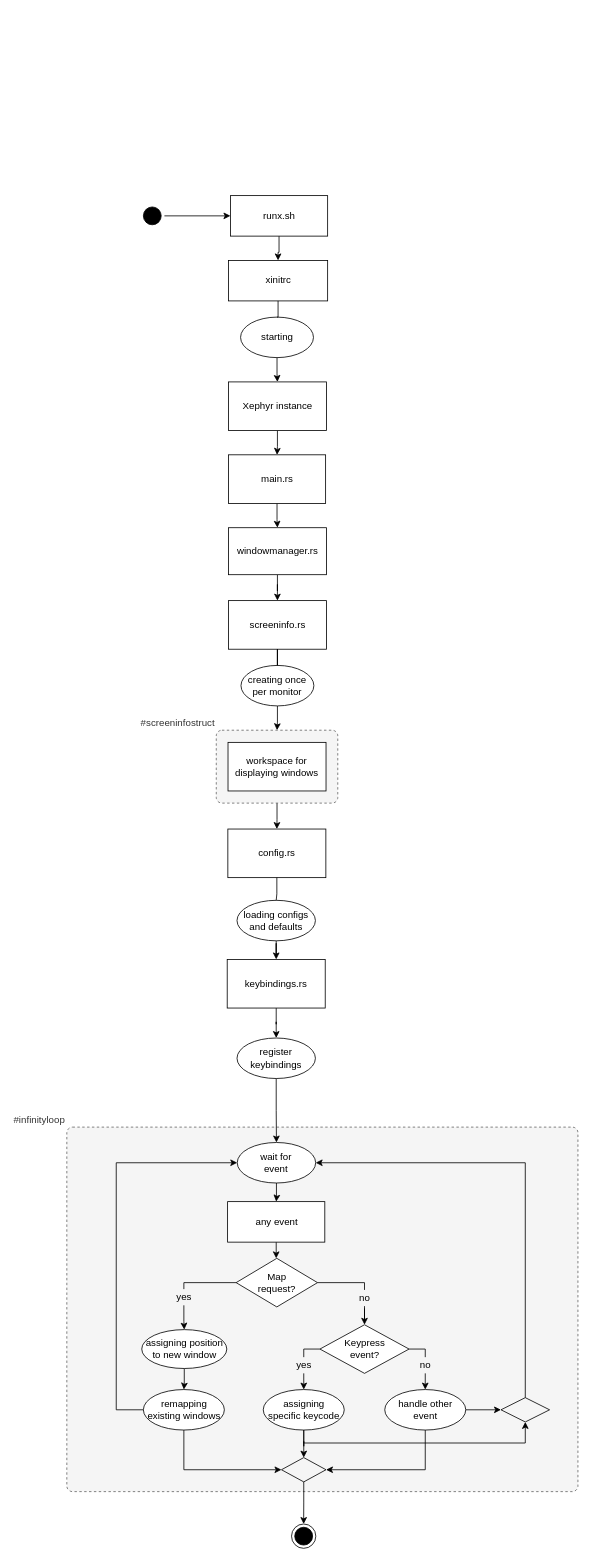
Before: planning/source/drawio_editables/flowchart_instantiation.drawio in FelixSchladt/OxideWM, a draw.io diagram. Source tidied: cells renumbered, new cells numbered last; positions are measured from the earlier drawing's top-left corner, leaving out a move shared by most shapes. Both pictures are drawn from the tidied source at 81%, with x=0, y=0 at pixel (66, 195).
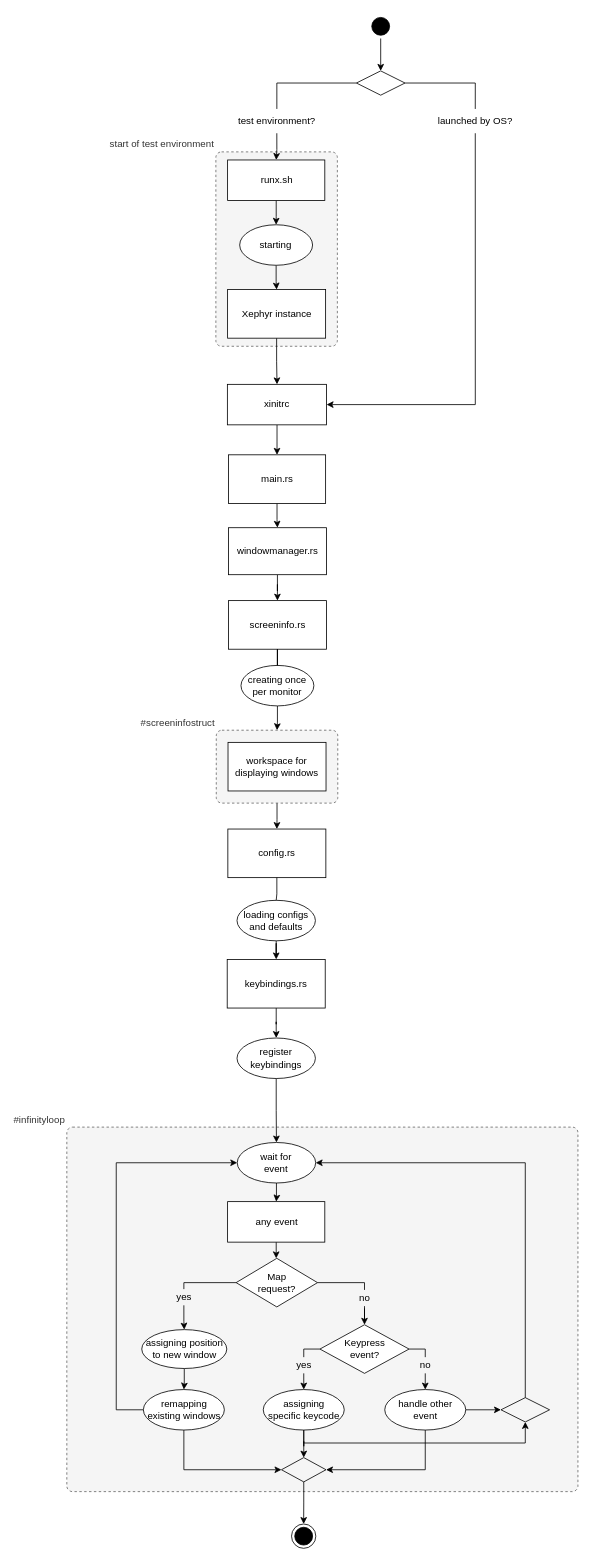
After the change.

Commit message (it also covers changes not shown here):
reworked uml

The change refers to these unchanged cells:
```xml
<mxCell id="12" value="main.rs" style="whiteSpace=wrap;html=1;rounded=0;" parent="1" vertex="1">
  <mxGeometry x="199.5" y="320" width="120" height="60" as="geometry" />
</mxCell>
```

What changed in the source:
```diff
@@
+    <mxCell id="66" value="start of test environment" style="rounded=1;whiteSpace=wrap;html=1;absoluteArcSize=1;arcSize=14;strokeWidth=1;shadow=0;glass=0;sketch=0;fillStyle=solid;dashed=1;fillColor=#f5f5f5;strokeColor=#666666;fontColor=#333333;labelPosition=left;verticalLabelPosition=top;align=right;verticalAlign=bottom;" parent="1" vertex="1">
+      <mxGeometry x="184" y="-54" width="150" height="240" as="geometry" />
+    </mxCell>
@@
-    <mxCell id="5" style="edgeStyle=orthogonalEdgeStyle;rounded=0;jettySize=auto;html=1;entryX=0;entryY=0.5;entryDx=0;entryDy=0;fontFamily=Helvetica;fontSize=12;fontColor=default;" parent="1" edge="1" source="6" target="8">
-      <mxGeometry relative="1" as="geometry" />
-    </mxCell>
+    <mxCell id="67" style="edgeStyle=orthogonalEdgeStyle;rounded=0;jettySize=auto;html=1;" parent="1" edge="1" source="6" target="72">
+      <mxGeometry relative="1" as="geometry" />
+    </mxCell>
     <mxCell id="6" style="ellipse;html=1;shape=startState;fillColor=#000000;strokeColor=#000000;rounded=0;" parent="1" vertex="1">
-      <mxGeometry x="90.5" y="10" width="30" height="30" as="geometry" />
+      <mxGeometry x="372.5" y="-224" width="30" height="30" as="geometry" />
     </mxCell>
-    <mxCell id="7" style="edgeStyle=orthogonalEdgeStyle;rounded=0;jettySize=auto;html=1;exitX=0.5;exitY=1;exitDx=0;exitDy=0;" parent="1" edge="1" source="8" target="10">
-      <mxGeometry relative="1" as="geometry" />
-    </mxCell>
+    <mxCell id="68" style="edgeStyle=orthogonalEdgeStyle;rounded=0;jettySize=auto;html=1;" parent="1" edge="1" source="8" target="54">
+      <mxGeometry relative="1" as="geometry" />
+    </mxCell>
     <mxCell id="8" value="runx.sh" style="html=1;rounded=0;" parent="1" vertex="1">
-      <mxGeometry x="202" width="120" height="50" as="geometry" />
+      <mxGeometry x="198.5" y="-44" width="120" height="50" as="geometry" />
     </mxCell>
-    <mxCell id="9" style="edgeStyle=orthogonalEdgeStyle;rounded=0;jettySize=auto;html=1;fontFamily=Helvetica;fontSize=12;fontColor=default;startArrow=none;" parent="1" edge="1" source="54" target="47">
-      <mxGeometry relative="1" as="geometry" />
-    </mxCell>
+    <mxCell id="69" style="edgeStyle=orthogonalEdgeStyle;rounded=0;jettySize=auto;html=1;entryX=0.5;entryY=0;entryDx=0;entryDy=0;" parent="1" edge="1" source="10" target="12">
+      <mxGeometry relative="1" as="geometry" />
+    </mxCell>
     <mxCell id="10" value="xinitrc" style="html=1;rounded=0;" parent="1" vertex="1">
-      <mxGeometry x="199.5" y="80" width="122.5" height="50" as="geometry" />
+      <mxGeometry x="198.2" y="233" width="122.5" height="50" as="geometry" />
     </mxCell>
@@
-    <mxCell id="46" style="edgeStyle=orthogonalEdgeStyle;rounded=0;jettySize=auto;html=1;entryX=0.5;entryY=0;entryDx=0;entryDy=0;fontFamily=Helvetica;fontSize=12;fontColor=default;" parent="1" edge="1" source="47" target="12">
-      <mxGeometry relative="1" as="geometry" />
-    </mxCell>
+    <mxCell id="70" style="edgeStyle=orthogonalEdgeStyle;rounded=0;jettySize=auto;html=1;" parent="1" edge="1" source="47" target="10">
+      <mxGeometry relative="1" as="geometry" />
+    </mxCell>
     <mxCell id="47" value="Xephyr instance" style="whiteSpace=wrap;html=1;rounded=0;" parent="1" vertex="1">
-      <mxGeometry x="199.5" y="230" width="121" height="60" as="geometry" />
+      <mxGeometry x="198.5" y="116" width="121" height="60" as="geometry" />
     </mxCell>
@@
+    <mxCell id="9" style="edgeStyle=orthogonalEdgeStyle;rounded=0;jettySize=auto;html=1;" parent="1" edge="1" source="54" target="47">
+      <mxGeometry relative="1" as="geometry" />
+    </mxCell>
     <mxCell id="54" value="starting" style="ellipse;whiteSpace=wrap;html=1;rounded=0;" parent="1" vertex="1">
-      <mxGeometry x="214.5" y="150" width="90" height="50" as="geometry" />
+      <mxGeometry x="213.4" y="36" width="90" height="50" as="geometry" />
     </mxCell>
-    <mxCell id="55" style="edgeStyle=orthogonalEdgeStyle;rounded=0;jettySize=auto;html=1;fontFamily=Helvetica;fontSize=12;fontColor=default;endArrow=none;" parent="1" edge="1" source="10" target="54">
-      <mxGeometry relative="1" as="geometry" />
-    </mxCell>
@@
+    <mxCell id="71" style="edgeStyle=orthogonalEdgeStyle;rounded=0;jettySize=auto;html=1;exitX=0.5;exitY=1;exitDx=0;exitDy=0;startArrow=none;" parent="1" edge="1" source="76" target="8">
+      <mxGeometry relative="1" as="geometry" />
+    </mxCell>
+    <mxCell id="72" style="strokeWidth=1;html=1;shape=mxgraph.flowchart.decision;whiteSpace=wrap;labelBackgroundColor=default;strokeColor=inherit;fontFamily=Helvetica;fontSize=12;fontColor=default;fillColor=none;" parent="1" vertex="1">
+      <mxGeometry x="357.5" y="-154" width="60" height="30" as="geometry" />
+    </mxCell>
+    <mxCell id="73" style="edgeStyle=orthogonalEdgeStyle;rounded=0;jettySize=auto;html=1;exitX=0.5;exitY=1;exitDx=0;exitDy=0;entryX=1;entryY=0.5;entryDx=0;entryDy=0;" parent="1" edge="1" source="74" target="10">
+      <mxGeometry relative="1" as="geometry" />
+    </mxCell>
+    <mxCell id="74" value="launched by OS?" style="text;html=1;strokeColor=none;fillColor=none;align=center;verticalAlign=middle;whiteSpace=wrap;rounded=0;" parent="1" vertex="1">
+      <mxGeometry x="452" y="-107" width="104.5" height="30" as="geometry" />
+    </mxCell>
+    <mxCell id="75" style="edgeStyle=orthogonalEdgeStyle;rounded=0;jettySize=auto;html=1;entryX=0.5;entryY=0;entryDx=0;entryDy=0;exitX=1;exitY=0.5;exitDx=0;exitDy=0;exitPerimeter=0;endArrow=none;" parent="1" edge="1" source="72" target="74">
+      <mxGeometry relative="1" as="geometry" />
+    </mxCell>
+    <mxCell id="76" value="test environment?" style="text;html=1;strokeColor=none;fillColor=none;align=center;verticalAlign=middle;whiteSpace=wrap;rounded=0;" parent="1" vertex="1">
+      <mxGeometry x="207" y="-107" width="104.5" height="30" as="geometry" />
+    </mxCell>
+    <mxCell id="77" style="edgeStyle=orthogonalEdgeStyle;rounded=0;jettySize=auto;html=1;exitX=0;exitY=0.5;exitDx=0;exitDy=0;exitPerimeter=0;endArrow=none;" parent="1" edge="1" source="72" target="76">
+      <mxGeometry relative="1" as="geometry" />
+    </mxCell>
```
